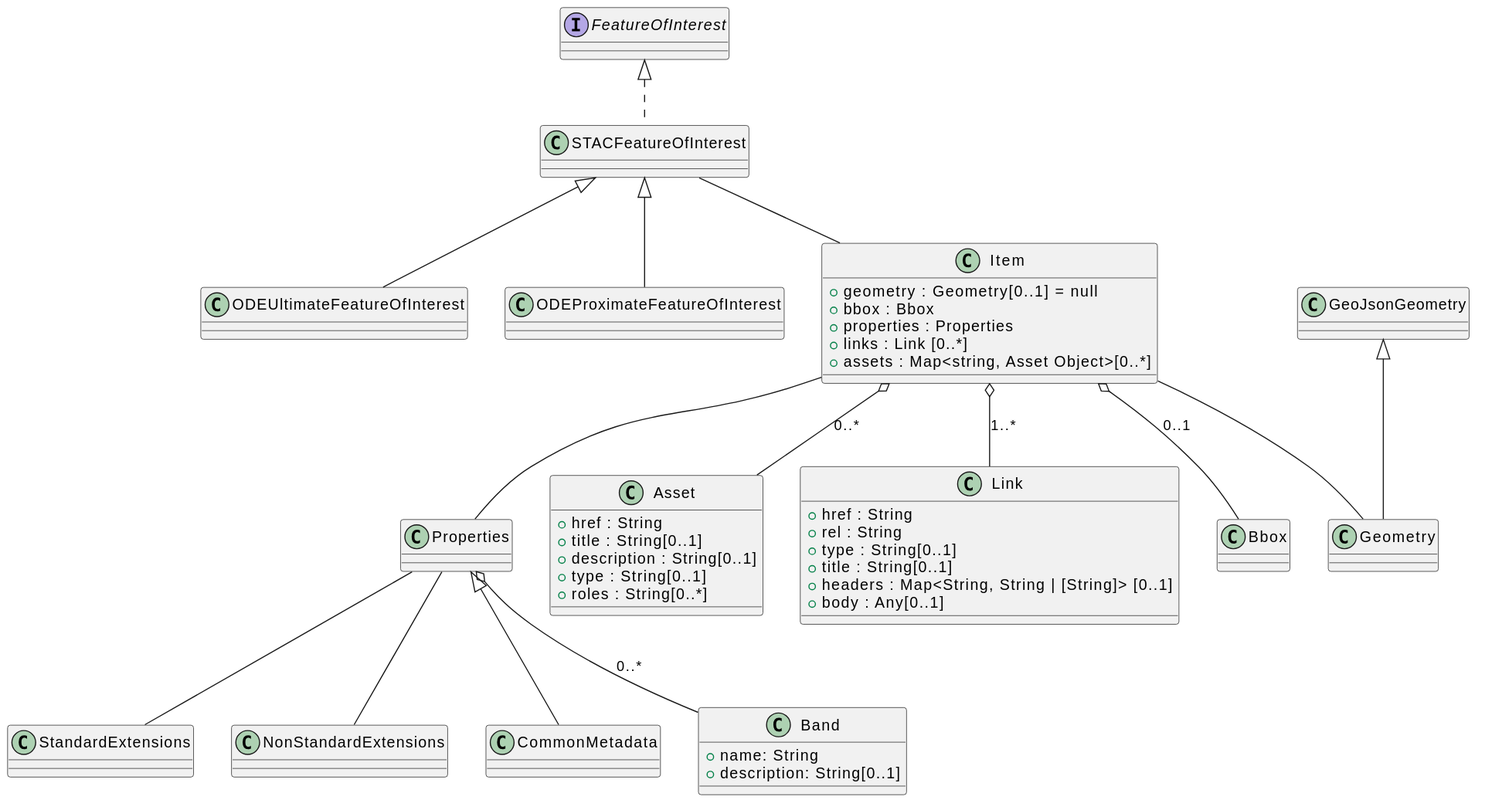
Earlier version of the PlantUML export images/stac-foi-class-diagram.svg (pdssp/pdssp_data_model). Source of this version:
```plantuml
@startuml
interface FeatureOfInterest

class ODEUltimateFeatureOfInterest

class ODEProximateFeatureOfInterest

class STACFeatureOfInterest

class Item {
  + geometry : Geometry[0..1] = null
  + bbox : Bbox
  + properties : Properties
  + links : Link [0..*]
  + assets : Map<string, Asset Object>[0..*]
}

class Bbox

class GeoJsonGeometry

class Geometry

class Properties

class StandardExtensions

class NonStandardExtensions

class CommonMetadata

class Asset {
  + href : String
  + title : String[0..1]
  + description : String[0..1]
  + type : String[0..1]
  + roles : String[0..*]
}

class Link {
  + href : String
  + rel : String
  + type : String[0..1]
  + title : String[0..1]
  + headers : Map<String, String | [String]> [0..1]
  + body : Any[0..1]
}

class Band {
  + name: String
  + description: String[0..1]
}

FeatureOfInterest <|.. STACFeatureOfInterest

STACFeatureOfInterest <|-- ODEUltimateFeatureOfInterest
STACFeatureOfInterest <|-- ODEProximateFeatureOfInterest

STACFeatureOfInterest -- Item
Item -- Properties
Item o-- Asset : 0..*
Item o-- Bbox : 0..1
Item o-- Link : 1..*
Properties <|-- CommonMetadata
Properties -- StandardExtensions
Properties -- NonStandardExtensions
Properties o-- Band : 0..*
Item -- Geometry
GeoJsonGeometry <|-- Geometry
@enduml
```
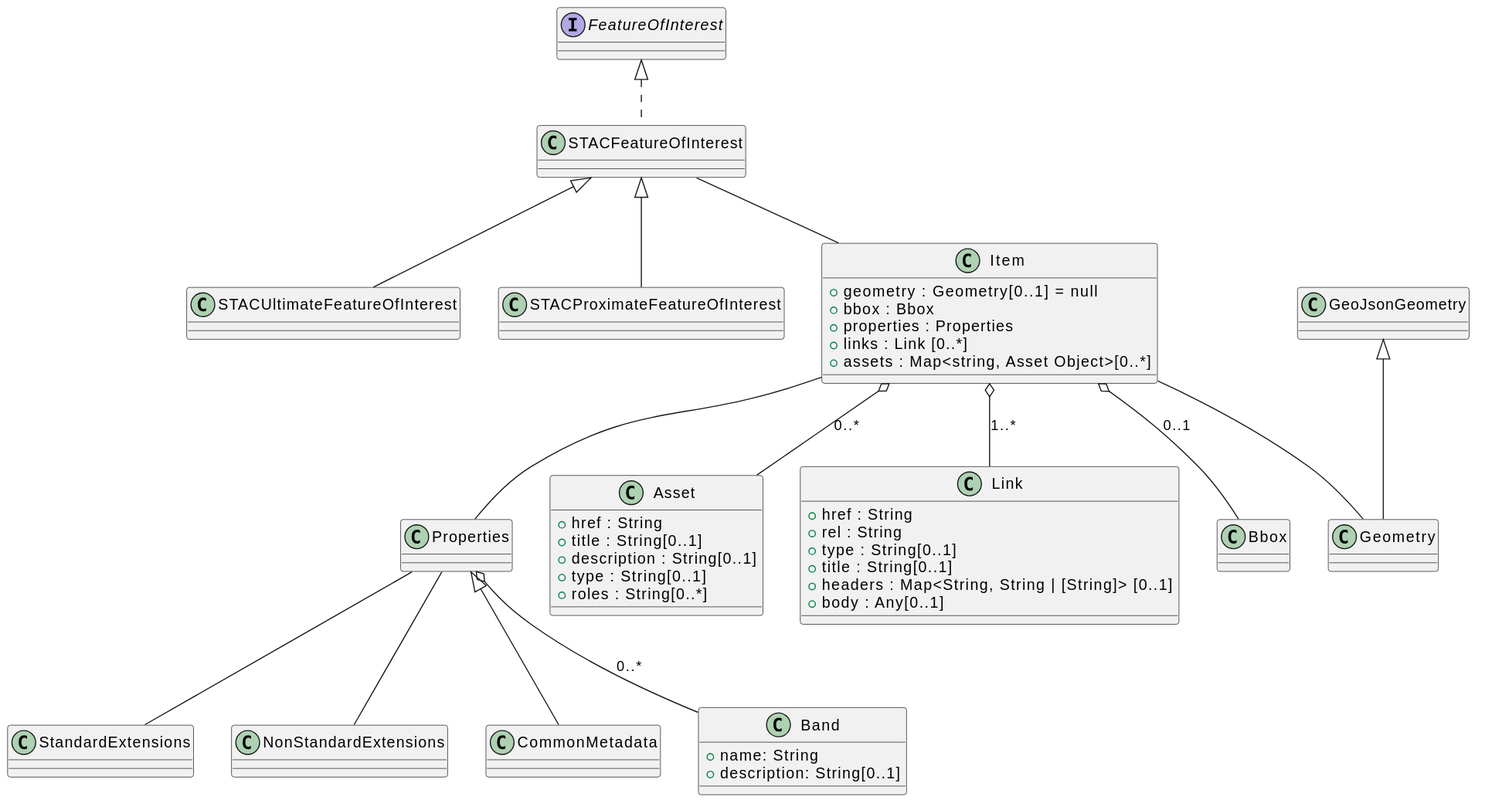
Above is the later version.

The edit, as a diff of the source:
```diff
@@ -1,9 +1,9 @@
 @startuml
 interface FeatureOfInterest
 
-class ODEUltimateFeatureOfInterest
+class STACUltimateFeatureOfInterest
 
-class ODEProximateFeatureOfInterest
+class STACProximateFeatureOfInterest
 
 class STACFeatureOfInterest
 
@@ -53,8 +53,8 @@
 
 FeatureOfInterest <|.. STACFeatureOfInterest
 
-STACFeatureOfInterest <|-- ODEUltimateFeatureOfInterest
-STACFeatureOfInterest <|-- ODEProximateFeatureOfInterest
+STACFeatureOfInterest <|-- STACUltimateFeatureOfInterest
+STACFeatureOfInterest <|-- STACProximateFeatureOfInterest
 
 STACFeatureOfInterest -- Item
 Item -- Properties
```
